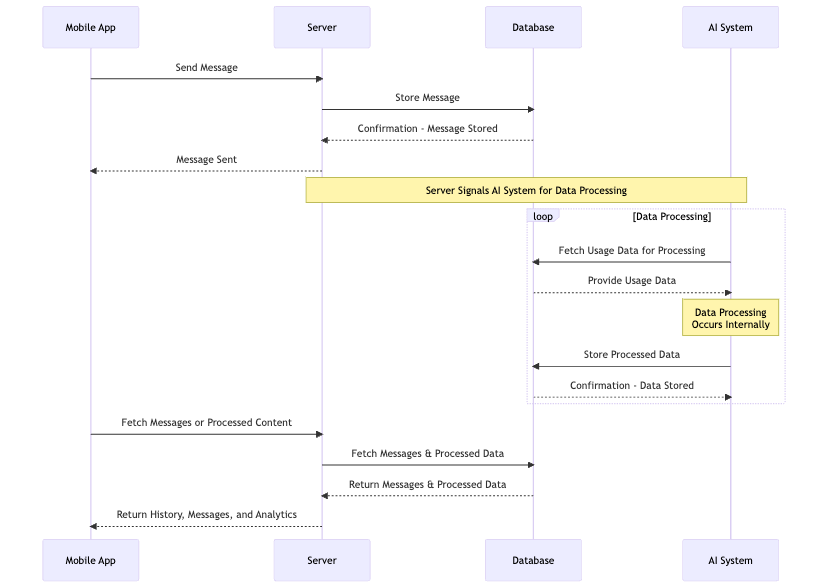
Before: assets/sequence.png, a diagram exported from Mermaid (NeuralChat/.github). Its source is kept beside it as diagram/sequence.mermaid.
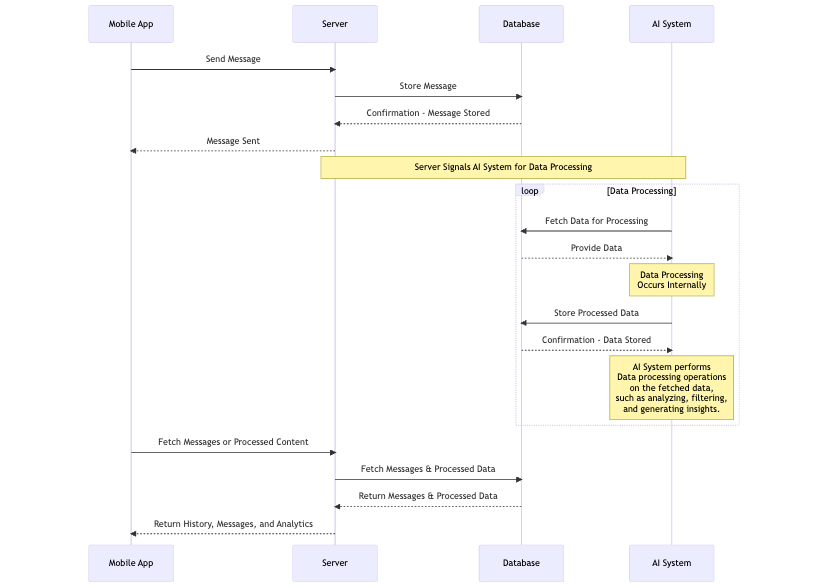
The same diagram one commit later.

Change to the diagram source:
```diff
@@ -12,11 +12,12 @@
     Note over Server, AI System: Server Signals AI System for Data Processing
 
     loop Data Processing
-        AI System->>Database: Fetch Usage Data for Processing
-        Database-->>AI System: Provide Usage Data
+        AI System->>Database: Fetch Data for Processing
+        Database-->>AI System: Provide Data
         Note over AI System: Data Processing<br>Occurs Internally
         AI System->>Database: Store Processed Data
         Database-->>AI System: Confirmation - Data Stored
+        Note over AI System: AI System performs<br>Data processing operations<br>on the fetched data,<br>such as analyzing, filtering,<br>and generating insights.
     end
 
     Mobile App->>Server: Fetch Messages or Processed Content
```
